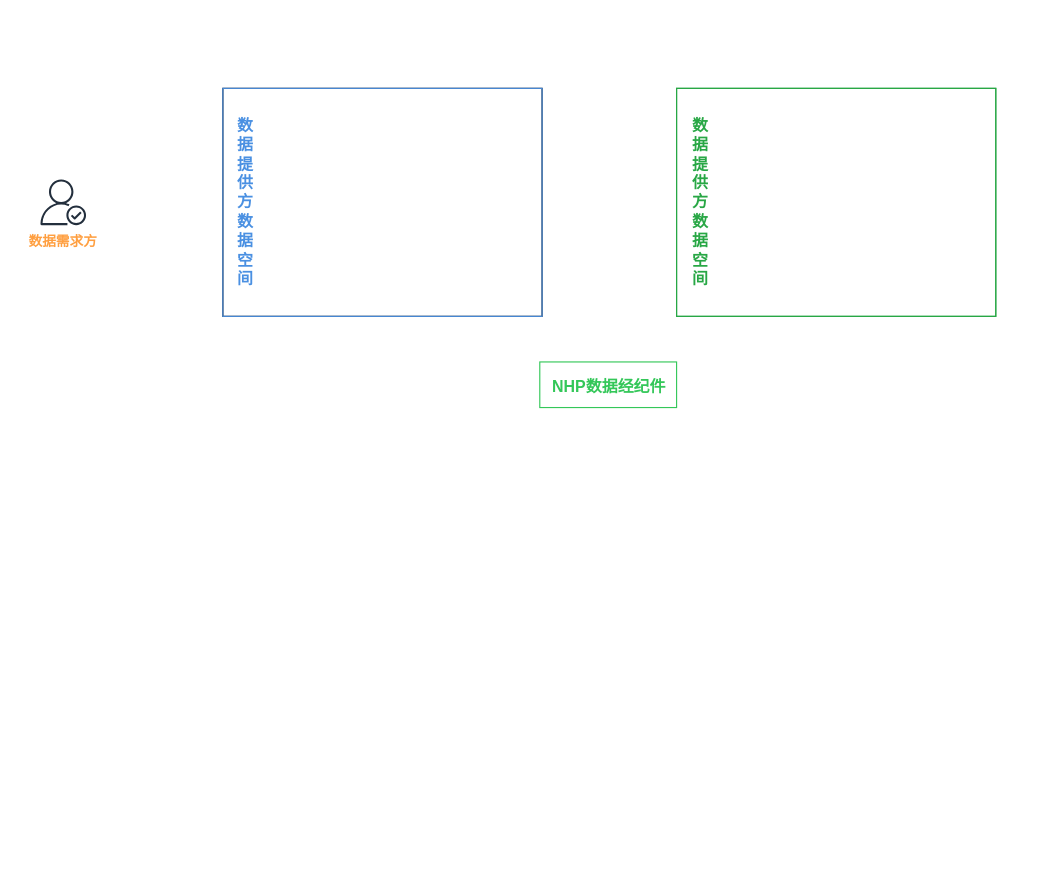
Above: page "DHP可信数据空间" (4 of 4) of dhp/confidential.computing.productization.based.on.dhp.drawio in wenhulove333/opendhp (draw.io), before the change. Source tidied: cells renumbered, new cells numbered last; positions are measured from the earlier drawing's top-left corner, leaving out a move shared by most shapes. Both pictures are drawn from the tidied source at 114%, with x=0, y=0 at pixel (23, 88).
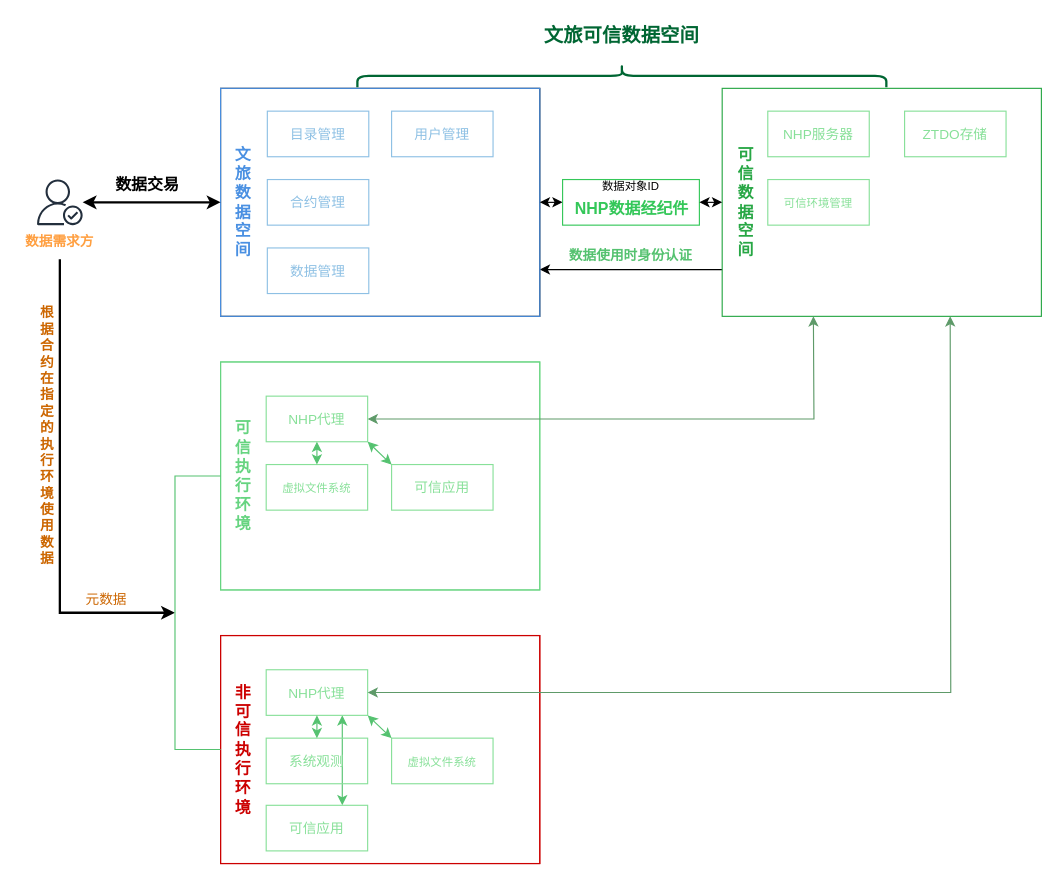
After the change.

Unchanged cells that the change refers to:
```xml
<mxCell id="3" style="rounded=0;whiteSpace=wrap;html=1;fillColor=none;strokeColor=#4A90E2;" parent="2" vertex="1">
  <mxGeometry width="280" height="200" as="geometry" />
</mxCell>
<mxCell id="6" style="sketch=0;outlineConnect=0;fontColor=#232F3E;gradientColor=none;fillColor=#FF9F40;strokeColor=#FF9F40;dashed=0;verticalLabelPosition=bottom;verticalAlign=top;align=center;html=1;fontSize=12;fontStyle=0;shape=mxgraph.aws4.authenticated_user;" parent="5" vertex="1">
  <mxGeometry x="15" width="40" height="40" as="geometry" />
</mxCell>
<mxCell id="7" value="&lt;b&gt;&lt;font style=&quot;font-size: 12px; color: rgb(255, 159, 64);&quot;&gt;数据需求方&lt;/font&gt;&lt;/b&gt;" style="text;html=1;align=center;verticalAlign=middle;whiteSpace=wrap;rounded=0;" parent="5" vertex="1">
  <mxGeometry y="40" width="70" height="30" as="geometry" />
</mxCell>
```

Diff of the diagram source:
```diff
@@
     <mxCell id="2" style="group;strokeColor=default;" parent="1" vertex="1">
-      <mxGeometry x="175" width="280" height="200" as="geometry" />
+      <mxGeometry x="173" width="280" height="200" as="geometry" />
     </mxCell>
+    <mxCell id="13" style="edgeStyle=orthogonalEdgeStyle;rounded=0;orthogonalLoop=1;jettySize=auto;html=1;exitX=1;exitY=0.75;exitDx=0;exitDy=0;startArrow=classic;startFill=1;endArrow=none;endFill=0;" parent="2" edge="1">
+      <mxGeometry relative="1" as="geometry">
+        <mxPoint x="280" y="159" as="sourcePoint" />
+        <mxPoint x="440" y="159" as="targetPoint" />
+      </mxGeometry>
+    </mxCell>
@@
-    <mxCell id="4" value="&lt;b&gt;&lt;font style=&quot;font-size: 14px; color: rgb(74, 144, 226);&quot;&gt;数据提供方数据空间&lt;/font&gt;&lt;/b&gt;" style="text;html=1;align=center;verticalAlign=middle;whiteSpace=wrap;rounded=0;" parent="2" vertex="1">
+    <mxCell id="4" value="&lt;b&gt;&lt;font style=&quot;font-size: 14px; color: rgb(74, 144, 226);&quot;&gt;文旅数据空间&lt;/font&gt;&lt;/b&gt;" style="text;html=1;align=center;verticalAlign=middle;whiteSpace=wrap;rounded=0;" parent="2" vertex="1">
       <mxGeometry x="10" y="11.1" width="20" height="177.8" as="geometry" />
     </mxCell>
+    <mxCell id="14" style="group;" parent="2" vertex="1">
+      <mxGeometry x="41" y="20" width="89" height="40" as="geometry" />
+    </mxCell>
+    <mxCell id="15" style="group;" parent="14" vertex="1">
+      <mxGeometry width="89" height="40" as="geometry" />
+    </mxCell>
+    <mxCell id="16" style="rounded=0;whiteSpace=wrap;html=1;fillColor=none;strokeColor=#8EC0E4;" parent="15" vertex="1">
+      <mxGeometry width="89" height="40" as="geometry" />
+    </mxCell>
+    <mxCell id="17" value="&lt;font style=&quot;font-size: 12px;&quot; color=&quot;#8ec0e4&quot;&gt;目录管理&lt;/font&gt;" style="text;html=1;align=center;verticalAlign=middle;whiteSpace=wrap;rounded=0;" parent="15" vertex="1">
+      <mxGeometry x="10" y="8" width="69" height="26" as="geometry" />
+    </mxCell>
+    <mxCell id="18" style="group;" parent="2" vertex="1">
+      <mxGeometry x="41" y="80" width="89" height="40" as="geometry" />
+    </mxCell>
+    <mxCell id="19" style="group;" parent="18" vertex="1">
+      <mxGeometry width="89" height="40" as="geometry" />
+    </mxCell>
+    <mxCell id="20" style="rounded=0;whiteSpace=wrap;html=1;fillColor=none;strokeColor=#8EC0E4;" parent="19" vertex="1">
+      <mxGeometry width="89" height="40" as="geometry" />
+    </mxCell>
+    <mxCell id="21" value="&lt;font style=&quot;font-size: 12px;&quot; color=&quot;#8ec0e4&quot;&gt;合约管理&lt;/font&gt;" style="text;html=1;align=center;verticalAlign=middle;whiteSpace=wrap;rounded=0;" parent="19" vertex="1">
+      <mxGeometry x="10" y="8" width="69" height="26" as="geometry" />
+    </mxCell>
+    <mxCell id="22" style="rounded=0;whiteSpace=wrap;html=1;fillColor=none;strokeColor=#8EC0E4;" parent="2" vertex="1">
+      <mxGeometry x="41" y="140" width="89" height="40" as="geometry" />
+    </mxCell>
+    <mxCell id="23" value="&lt;font style=&quot;font-size: 12px;&quot; color=&quot;#8ec0e4&quot;&gt;数据管理&lt;/font&gt;" style="text;html=1;align=center;verticalAlign=middle;whiteSpace=wrap;rounded=0;" parent="2" vertex="1">
+      <mxGeometry x="51" y="148" width="69" height="26" as="geometry" />
+    </mxCell>
+    <mxCell id="24" style="rounded=0;whiteSpace=wrap;html=1;fillColor=none;strokeColor=#8EC0E4;" parent="2" vertex="1">
+      <mxGeometry x="150" y="20" width="89" height="40" as="geometry" />
+    </mxCell>
+    <mxCell id="25" value="&lt;font style=&quot;font-size: 12px;&quot; color=&quot;#8ec0e4&quot;&gt;用户管理&lt;/font&gt;" style="text;html=1;align=center;verticalAlign=middle;whiteSpace=wrap;rounded=0;" parent="2" vertex="1">
+      <mxGeometry x="160" y="28" width="69" height="26" as="geometry" />
+    </mxCell>
     <mxCell id="5" style="group;fillColor=none;" parent="1" vertex="1">
-      <mxGeometry y="80" width="70" height="70" as="geometry" />
+      <mxGeometry x="-3" y="80" width="70" height="70" as="geometry" />
     </mxCell>
@@
+    <mxCell id="26" style="edgeStyle=orthogonalEdgeStyle;rounded=0;jettySize=auto;html=1;exitX=0.5;exitY=1;exitDx=0;exitDy=0;strokeWidth=2;" parent="5" edge="1" source="7">
+      <mxGeometry relative="1" as="geometry">
+        <mxPoint x="136" y="380" as="targetPoint" />
+        <Array as="points">
+          <mxPoint x="35" y="380" />
+        </Array>
+      </mxGeometry>
+    </mxCell>
@@
     <mxCell id="8" style="group;strokeColor=#28A745;" parent="1" vertex="1">
-      <mxGeometry x="573" width="280" height="200" as="geometry" />
+      <mxGeometry x="613" width="280" height="200" as="geometry" />
     </mxCell>
-    <mxCell id="9" style="rounded=0;whiteSpace=wrap;html=1;fillColor=none;strokeColor=#28A745;" parent="8" vertex="1">
-      <mxGeometry width="280" height="200" as="geometry" />
-    </mxCell>
-    <mxCell id="10" value="&lt;b&gt;&lt;font style=&quot;font-size: 14px; color: rgb(40, 167, 69);&quot;&gt;数据提供方数据空间&lt;/font&gt;&lt;/b&gt;" style="text;html=1;align=center;verticalAlign=middle;whiteSpace=wrap;rounded=0;" parent="8" vertex="1">
+    <mxCell id="10" value="&lt;b&gt;&lt;font style=&quot;font-size: 14px; color: rgb(40, 167, 69);&quot;&gt;可信数据空间&lt;/font&gt;&lt;/b&gt;" style="text;html=1;align=center;verticalAlign=middle;whiteSpace=wrap;rounded=0;" parent="8" vertex="1">
       <mxGeometry x="11" y="11.1" width="20" height="177.8" as="geometry" />
     </mxCell>
+    <mxCell id="27" style="group;" parent="8" vertex="1">
+      <mxGeometry x="40" y="20" width="89" height="40" as="geometry" />
+    </mxCell>
+    <mxCell id="28" style="rounded=0;whiteSpace=wrap;html=1;fillColor=none;strokeColor=#88E099;" parent="27" vertex="1">
+      <mxGeometry width="89" height="40" as="geometry" />
+    </mxCell>
+    <mxCell id="29" value="&lt;font style=&quot;font-size: 12px; color: rgb(136, 224, 153);&quot;&gt;NHP服务器&lt;/font&gt;" style="text;html=1;align=center;verticalAlign=middle;whiteSpace=wrap;rounded=0;" parent="27" vertex="1">
+      <mxGeometry x="10" y="8" width="69" height="26" as="geometry" />
+    </mxCell>
+    <mxCell id="30" style="group;" parent="8" vertex="1">
+      <mxGeometry x="160" y="20" width="89" height="40" as="geometry" />
+    </mxCell>
+    <mxCell id="31" style="rounded=0;whiteSpace=wrap;html=1;fillColor=none;strokeColor=#88E099;" parent="30" vertex="1">
+      <mxGeometry width="89" height="40" as="geometry" />
+    </mxCell>
+    <mxCell id="32" value="&lt;font color=&quot;#88e099&quot;&gt;ZTDO存储&lt;/font&gt;" style="text;html=1;align=center;verticalAlign=middle;whiteSpace=wrap;rounded=0;" parent="30" vertex="1">
+      <mxGeometry x="10" y="8" width="69" height="26" as="geometry" />
+    </mxCell>
+    <mxCell id="33" style="rounded=0;whiteSpace=wrap;html=1;fillColor=none;strokeColor=#88E099;" parent="8" vertex="1">
+      <mxGeometry x="40" y="80" width="89" height="40" as="geometry" />
+    </mxCell>
+    <mxCell id="34" value="&lt;font style=&quot;font-size: 10px;&quot; color=&quot;#88e099&quot;&gt;可信环境管理&lt;/font&gt;" style="text;html=1;align=center;verticalAlign=middle;whiteSpace=wrap;rounded=0;" parent="8" vertex="1">
+      <mxGeometry x="50" y="88" width="69" height="26" as="geometry" />
+    </mxCell>
+    <mxCell id="35" style="group;strokeColor=#88E099;" parent="1" vertex="1">
+      <mxGeometry x="173" y="240" width="280" height="200" as="geometry" />
+    </mxCell>
+    <mxCell id="36" style="rounded=0;whiteSpace=wrap;html=1;fillColor=none;strokeColor=#66D480;" parent="35" vertex="1">
+      <mxGeometry width="280" height="200" as="geometry" />
+    </mxCell>
+    <mxCell id="37" value="&lt;b&gt;&lt;font style=&quot;font-size: 14px; color: rgb(102, 212, 128);&quot;&gt;可信执行环境&lt;/font&gt;&lt;/b&gt;" style="text;html=1;align=center;verticalAlign=middle;whiteSpace=wrap;rounded=0;" parent="35" vertex="1">
+      <mxGeometry x="10" y="11.1" width="20" height="177.8" as="geometry" />
+    </mxCell>
+    <mxCell id="38" style="group;" parent="35" vertex="1">
+      <mxGeometry x="40" y="30" width="89" height="40" as="geometry" />
+    </mxCell>
+    <mxCell id="39" style="rounded=0;whiteSpace=wrap;html=1;fillColor=none;strokeColor=#88E099;" parent="38" vertex="1">
+      <mxGeometry width="89" height="40" as="geometry" />
+    </mxCell>
+    <mxCell id="40" value="&lt;font style=&quot;font-size: 12px; color: rgb(136, 224, 153);&quot;&gt;NHP代理&lt;/font&gt;" style="text;html=1;align=center;verticalAlign=middle;whiteSpace=wrap;rounded=0;" parent="38" vertex="1">
+      <mxGeometry x="10" y="8" width="69" height="26" as="geometry" />
+    </mxCell>
+    <mxCell id="41" style="group;" parent="35" vertex="1">
+      <mxGeometry x="40" y="90" width="89" height="40" as="geometry" />
+    </mxCell>
+    <mxCell id="42" style="rounded=0;whiteSpace=wrap;html=1;fillColor=none;strokeColor=#88E099;" parent="41" vertex="1">
+      <mxGeometry width="89" height="40" as="geometry" />
+    </mxCell>
+    <mxCell id="43" value="&lt;font style=&quot;color: rgb(136, 224, 153); font-size: 10px;&quot;&gt;虚拟文件系统&lt;/font&gt;" style="text;html=1;align=center;verticalAlign=middle;whiteSpace=wrap;rounded=0;" parent="41" vertex="1">
+      <mxGeometry x="10" y="8" width="69" height="26" as="geometry" />
+    </mxCell>
+    <mxCell id="44" style="rounded=0;whiteSpace=wrap;html=1;fillColor=none;strokeColor=#88E099;" parent="35" vertex="1">
+      <mxGeometry x="150" y="90" width="89" height="40" as="geometry" />
+    </mxCell>
+    <mxCell id="45" value="&lt;font color=&quot;#88e099&quot;&gt;可信应用&lt;/font&gt;" style="text;html=1;align=center;verticalAlign=middle;whiteSpace=wrap;rounded=0;" parent="35" vertex="1">
+      <mxGeometry x="160" y="98" width="69" height="26" as="geometry" />
+    </mxCell>
+    <mxCell id="46" style="edgeStyle=orthogonalEdgeStyle;rounded=0;jettySize=auto;html=1;exitX=0.5;exitY=0;exitDx=0;exitDy=0;entryX=0.5;entryY=1;entryDx=0;entryDy=0;startArrow=classic;startFill=1;strokeColor=#55C270;" parent="35" edge="1" source="42" target="39">
+      <mxGeometry relative="1" as="geometry" />
+    </mxCell>
+    <mxCell id="47" style="endArrow=classic;startArrow=classic;html=1;rounded=0;entryX=1;entryY=1;entryDx=0;entryDy=0;exitX=0;exitY=0;exitDx=0;exitDy=0;strokeColor=#55C270;" parent="35" edge="1" source="44" target="39">
+      <mxGeometry relative="1" as="geometry" />
+    </mxCell>
+    <mxCell id="48" style="edgeStyle=orthogonalEdgeStyle;rounded=0;jettySize=auto;html=1;entryX=0;entryY=0.5;entryDx=0;entryDy=0;startArrow=classic;startFill=1;strokeWidth=2;" parent="1" edge="1" source="6" target="3">
+      <mxGeometry relative="1" as="geometry" />
+    </mxCell>
+    <mxCell id="49" style="group;" parent="1" vertex="1">
+      <mxGeometry x="473" y="80" width="120" height="40" as="geometry" />
+    </mxCell>
+    <mxCell id="50" style="edgeStyle=orthogonalEdgeStyle;rounded=0;jettySize=auto;html=1;startArrow=classic;startFill=1;" parent="49" edge="1" source="11">
+      <mxGeometry relative="1" as="geometry">
+        <mxPoint x="-20" y="20" as="targetPoint" />
+      </mxGeometry>
+    </mxCell>
-    <mxCell id="11" style="rounded=0;whiteSpace=wrap;html=1;fillColor=none;strokeColor=#34C759;" parent="1" vertex="1">
-      <mxGeometry x="453" y="240" width="120" height="40" as="geometry" />
+    <mxCell id="11" style="rounded=0;whiteSpace=wrap;html=1;fillColor=none;strokeColor=#34C759;" parent="49" vertex="1">
+      <mxGeometry width="120" height="40" as="geometry" />
     </mxCell>
-    <mxCell id="12" value="&lt;b&gt;&lt;font style=&quot;font-size: 14px; color: rgb(52, 199, 89);&quot;&gt;NHP数据经纪件&lt;/font&gt;&lt;/b&gt;" style="text;html=1;align=center;verticalAlign=middle;whiteSpace=wrap;rounded=0;" parent="1" vertex="1">
-      <mxGeometry x="460" y="247" width="108" height="30" as="geometry" />
+    <mxCell id="12" value="&lt;b&gt;&lt;font style=&quot;font-size: 14px; color: rgb(52, 199, 89);&quot;&gt;NHP数据经纪件&lt;/font&gt;&lt;/b&gt;" style="text;html=1;align=center;verticalAlign=middle;whiteSpace=wrap;rounded=0;" parent="49" vertex="1">
+      <mxGeometry x="7" y="11" width="108" height="30" as="geometry" />
     </mxCell>
+    <mxCell id="51" style="edgeStyle=orthogonalEdgeStyle;rounded=0;jettySize=auto;html=1;exitX=1;exitY=0.5;exitDx=0;exitDy=0;startArrow=classic;startFill=1;" parent="1" edge="1" source="11">
+      <mxGeometry relative="1" as="geometry">
+        <mxPoint x="613" y="100" as="targetPoint" />
+      </mxGeometry>
+    </mxCell>
+    <mxCell id="52" style="group;strokeColor=#CC0000;" parent="1" vertex="1">
+      <mxGeometry x="173" y="480" width="280" height="200" as="geometry" />
+    </mxCell>
+    <mxCell id="53" style="edgeStyle=orthogonalEdgeStyle;rounded=0;jettySize=auto;html=1;exitX=0.75;exitY=1;exitDx=0;exitDy=0;entryX=0.75;entryY=0;entryDx=0;entryDy=0;strokeColor=#55C270;startArrow=classic;startFill=1;" parent="52" edge="1" source="57" target="65">
+      <mxGeometry relative="1" as="geometry" />
+    </mxCell>
+    <mxCell id="54" style="rounded=0;whiteSpace=wrap;html=1;fillColor=none;strokeColor=#CC0000;" parent="52" vertex="1">
+      <mxGeometry width="280" height="200" as="geometry" />
+    </mxCell>
+    <mxCell id="55" value="&lt;font color=&quot;#cc0000&quot;&gt;&lt;span style=&quot;font-size: 14px;&quot;&gt;&lt;b&gt;非可信执行环境&lt;/b&gt;&lt;/span&gt;&lt;/font&gt;" style="text;html=1;align=center;verticalAlign=middle;whiteSpace=wrap;rounded=0;" parent="52" vertex="1">
+      <mxGeometry x="10" y="11.1" width="20" height="177.8" as="geometry" />
+    </mxCell>
+    <mxCell id="56" style="group;" parent="52" vertex="1">
+      <mxGeometry x="40" y="30" width="89" height="40" as="geometry" />
+    </mxCell>
+    <mxCell id="57" style="rounded=0;whiteSpace=wrap;html=1;fillColor=none;strokeColor=#88E099;" parent="56" vertex="1">
+      <mxGeometry width="89" height="40" as="geometry" />
+    </mxCell>
+    <mxCell id="58" value="&lt;font style=&quot;font-size: 12px; color: rgb(136, 224, 153);&quot;&gt;NHP代理&lt;/font&gt;" style="text;html=1;align=center;verticalAlign=middle;whiteSpace=wrap;rounded=0;" parent="56" vertex="1">
+      <mxGeometry x="10" y="8" width="69" height="26" as="geometry" />
+    </mxCell>
+    <mxCell id="59" style="group;" parent="52" vertex="1">
+      <mxGeometry x="40" y="90" width="89" height="40" as="geometry" />
+    </mxCell>
+    <mxCell id="60" style="rounded=0;whiteSpace=wrap;html=1;fillColor=none;strokeColor=#88E099;" parent="59" vertex="1">
+      <mxGeometry width="89" height="40" as="geometry" />
+    </mxCell>
+    <mxCell id="61" value="&lt;font color=&quot;#88e099&quot;&gt;系统观测&lt;/font&gt;" style="text;html=1;align=center;verticalAlign=middle;whiteSpace=wrap;rounded=0;" parent="59" vertex="1">
+      <mxGeometry x="10" y="8" width="69" height="26" as="geometry" />
+    </mxCell>
+    <mxCell id="62" style="edgeStyle=orthogonalEdgeStyle;rounded=0;jettySize=auto;html=1;exitX=0.5;exitY=1;exitDx=0;exitDy=0;entryX=0.5;entryY=0;entryDx=0;entryDy=0;startArrow=classic;startFill=1;strokeColor=#55C270;" parent="52" edge="1" source="57" target="60">
+      <mxGeometry relative="1" as="geometry" />
+    </mxCell>
+    <mxCell id="63" style="rounded=0;whiteSpace=wrap;html=1;fillColor=none;strokeColor=#88E099;" parent="52" vertex="1">
+      <mxGeometry x="150" y="90" width="89" height="40" as="geometry" />
+    </mxCell>
+    <mxCell id="64" value="&lt;font style=&quot;color: rgb(136, 224, 153); font-size: 10px;&quot;&gt;虚拟文件系统&lt;/font&gt;" style="text;html=1;align=center;verticalAlign=middle;whiteSpace=wrap;rounded=0;" parent="52" vertex="1">
+      <mxGeometry x="160" y="98" width="69" height="26" as="geometry" />
+    </mxCell>
+    <mxCell id="65" style="rounded=0;whiteSpace=wrap;html=1;fillColor=none;strokeColor=#88E099;" parent="52" vertex="1">
+      <mxGeometry x="40" y="148.9" width="89" height="40" as="geometry" />
+    </mxCell>
+    <mxCell id="66" value="&lt;font color=&quot;#88e099&quot;&gt;可信应用&lt;/font&gt;" style="text;html=1;align=center;verticalAlign=middle;whiteSpace=wrap;rounded=0;" parent="52" vertex="1">
+      <mxGeometry x="50" y="156.9" width="69" height="26" as="geometry" />
+    </mxCell>
+    <mxCell id="67" style="endArrow=classic;startArrow=classic;html=1;rounded=0;entryX=1;entryY=1;entryDx=0;entryDy=0;exitX=0;exitY=0;exitDx=0;exitDy=0;strokeColor=#55C270;" parent="52" edge="1" source="63" target="57">
+      <mxGeometry relative="1" as="geometry" />
+    </mxCell>
+    <mxCell id="68" style="edgeStyle=orthogonalEdgeStyle;rounded=0;jettySize=auto;html=1;exitX=1;exitY=0.5;exitDx=0;exitDy=0;startArrow=classic;startFill=1;strokeWidth=1;strokeColor=#5E9A69;" parent="1" edge="1" source="39">
+      <mxGeometry relative="1" as="geometry">
+        <mxPoint x="693" y="200" as="targetPoint" />
+      </mxGeometry>
+    </mxCell>
+    <mxCell id="69" style="edgeStyle=orthogonalEdgeStyle;rounded=0;jettySize=auto;html=1;exitX=1;exitY=0.5;exitDx=0;exitDy=0;startArrow=classic;startFill=1;strokeWidth=1;strokeColor=#5E9A69;" parent="1" edge="1" source="57">
+      <mxGeometry relative="1" as="geometry">
+        <mxPoint x="813" y="200" as="targetPoint" />
+      </mxGeometry>
+    </mxCell>
+    <mxCell id="70" value="&lt;b&gt;&lt;font style=&quot;font-size: 14px;&quot;&gt;数据交易&lt;/font&gt;&lt;/b&gt;" style="text;html=1;align=center;verticalAlign=middle;whiteSpace=wrap;rounded=0;" parent="1" vertex="1">
+      <mxGeometry x="74" y="70" width="70" height="30" as="geometry" />
+    </mxCell>
+    <mxCell id="71" style="edgeStyle=orthogonalEdgeStyle;rounded=0;jettySize=auto;html=1;exitX=0;exitY=0.5;exitDx=0;exitDy=0;entryX=0;entryY=0.5;entryDx=0;entryDy=0;endArrow=none;endFill=0;strokeColor=#55C270;" parent="1" edge="1" source="36" target="54">
+      <mxGeometry relative="1" as="geometry">
+        <Array as="points">
+          <mxPoint x="133" y="340" />
+          <mxPoint x="133" y="580" />
+        </Array>
+      </mxGeometry>
+    </mxCell>
+    <mxCell id="72" value="&lt;b style=&quot;&quot;&gt;&lt;font style=&quot;font-size: 12px; color: rgb(204, 102, 0);&quot;&gt;根据合约在指定的执行环境使用数据&lt;/font&gt;&lt;/b&gt;" style="text;html=1;align=center;verticalAlign=middle;whiteSpace=wrap;rounded=0;" parent="1" vertex="1">
+      <mxGeometry x="16" y="200" width="10" height="210" as="geometry" />
+    </mxCell>
+    <mxCell id="73" style="shape=curlyBracket;whiteSpace=wrap;html=1;rounded=1;labelPosition=left;verticalLabelPosition=middle;align=right;verticalAlign=middle;rotation=90;strokeWidth=2;strokeColor=#006633;" parent="1" vertex="1">
+      <mxGeometry x="515" y="-243" width="20" height="464" as="geometry" />
+    </mxCell>
+    <mxCell id="74" value="&lt;b&gt;&lt;font style=&quot;font-size: 17px; color: rgb(0, 102, 51);&quot;&gt;文旅可信数据空间&lt;/font&gt;&lt;/b&gt;" style="text;html=1;align=center;verticalAlign=middle;whiteSpace=wrap;rounded=0;" parent="1" vertex="1">
+      <mxGeometry x="435" y="-60" width="180" height="30" as="geometry" />
+    </mxCell>
+    <mxCell id="75" value="&lt;font style=&quot;font-size: 10px; color: rgb(0, 0, 0);&quot;&gt;数据对象ID&lt;/font&gt;" style="text;html=1;align=center;verticalAlign=middle;whiteSpace=wrap;rounded=0;" parent="1" vertex="1">
+      <mxGeometry x="493" y="71" width="80" height="30" as="geometry" />
+    </mxCell>
+    <mxCell id="76" value="&lt;font style=&quot;color: rgb(204, 102, 0);&quot;&gt;元数据&lt;/font&gt;" style="text;html=1;align=center;verticalAlign=middle;whiteSpace=wrap;rounded=0;" parent="1" vertex="1">
+      <mxGeometry x="53" y="439" width="40" height="20" as="geometry" />
+    </mxCell>
+    <mxCell id="77" value="&lt;font color=&quot;#55c270&quot;&gt;&lt;b&gt;数据使用时身份认证&lt;/b&gt;&lt;/font&gt;" style="text;html=1;align=center;verticalAlign=middle;whiteSpace=wrap;rounded=0;" parent="1" vertex="1">
+      <mxGeometry x="473" y="137" width="120" height="20" as="geometry" />
+    </mxCell>
```
